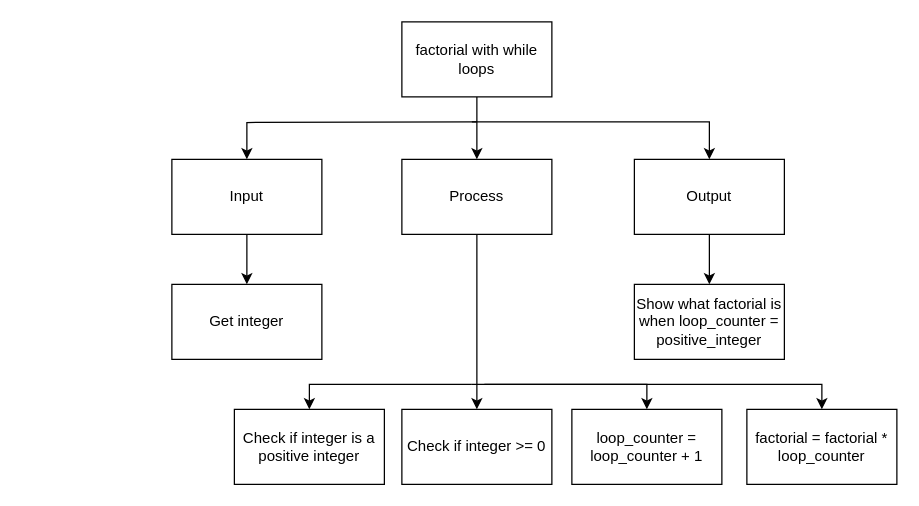
This is design/top_down.drawio from Emmanuel-Fofeyin/ICS3U-Unit4-05-Python, a draw.io file, before an edit. Source tidied: cells renumbered, new cells numbered last; positions are measured from the earlier drawing's top-left corner, leaving out a move shared by most shapes. Both pictures are drawn from the tidied source at 125%, with x=0, y=0 at pixel (171, 21).
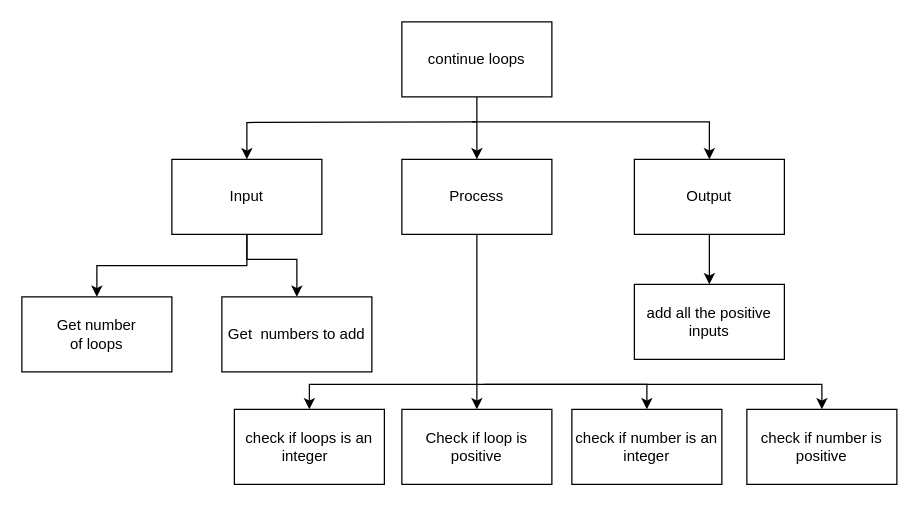
Above is the later version.

Commit message (it also covers changes not shown here):
lets go finally finished

The change refers to these unchanged cells:
```xml
<mxCell id="9" value="Input" style="rounded=0;whiteSpace=wrap;html=1;" parent="1" vertex="1">
  <mxGeometry y="110" width="120" height="60" as="geometry" />
</mxCell>
```

The edit, as a diff of the source:
```diff
@@
-    <mxCell id="3" value="factorial with while loops" style="rounded=0;whiteSpace=wrap;html=1;" parent="1" vertex="1">
+    <mxCell id="3" value="continue loops" style="rounded=0;whiteSpace=wrap;html=1;" parent="1" vertex="1">
       <mxGeometry x="184" width="120" height="60" as="geometry" />
     </mxCell>
@@
+    <mxCell id="21" style="edgeStyle=none;html=1;entryX=0.5;entryY=0;entryDx=0;entryDy=0;rounded=0;" parent="1" edge="1" source="9" target="22">
+      <mxGeometry relative="1" as="geometry">
+        <Array as="points">
+          <mxPoint x="60" y="190" />
+          <mxPoint x="100" y="190" />
+        </Array>
+      </mxGeometry>
+    </mxCell>
@@
-    <mxCell id="12" value="Get integer" style="rounded=0;whiteSpace=wrap;html=1;" parent="1" vertex="1">
-      <mxGeometry y="210" width="120" height="60" as="geometry" />
+    <mxCell id="12" value="Get number &lt;br&gt;of loops" style="rounded=0;whiteSpace=wrap;html=1;" parent="1" vertex="1">
+      <mxGeometry x="-120" y="220" width="120" height="60" as="geometry" />
     </mxCell>
-    <mxCell id="13" value="Check if integer &amp;gt;= 0" style="rounded=0;whiteSpace=wrap;html=1;" parent="1" vertex="1">
+    <mxCell id="13" value="Check if loop is positive" style="rounded=0;whiteSpace=wrap;html=1;" parent="1" vertex="1">
       <mxGeometry x="184" y="310" width="120" height="60" as="geometry" />
     </mxCell>
-    <mxCell id="14" value="Show what factorial is when loop_counter = positive_integer" style="rounded=0;whiteSpace=wrap;html=1;" parent="1" vertex="1">
+    <mxCell id="14" value="add all the positive inputs" style="rounded=0;whiteSpace=wrap;html=1;" parent="1" vertex="1">
       <mxGeometry x="370" y="210" width="120" height="60" as="geometry" />
     </mxCell>
@@
-    <mxCell id="17" value="loop_counter = loop_counter + 1" style="rounded=0;whiteSpace=wrap;html=1;" parent="1" vertex="1">
+    <mxCell id="17" value="check if number is an integer" style="rounded=0;whiteSpace=wrap;html=1;" parent="1" vertex="1">
       <mxGeometry x="320" y="310" width="120" height="60" as="geometry" />
     </mxCell>
@@
-    <mxCell id="19" value="factorial = factorial * loop_counter" style="rounded=0;whiteSpace=wrap;html=1;" parent="1" vertex="1">
+    <mxCell id="19" value="check if number is positive" style="rounded=0;whiteSpace=wrap;html=1;" parent="1" vertex="1">
       <mxGeometry x="460" y="310" width="120" height="60" as="geometry" />
     </mxCell>
-    <mxCell id="20" value="Check if integer is a positive integer" style="rounded=0;whiteSpace=wrap;html=1;" parent="1" vertex="1">
+    <mxCell id="20" value="check if loops is an integer&amp;nbsp;&amp;nbsp;" style="rounded=0;whiteSpace=wrap;html=1;" parent="1" vertex="1">
       <mxGeometry x="50" y="310" width="120" height="60" as="geometry" />
     </mxCell>
+    <mxCell id="22" value="Get&amp;nbsp; numbers to add" style="rounded=0;whiteSpace=wrap;html=1;" parent="1" vertex="1">
+      <mxGeometry x="40" y="220" width="120" height="60" as="geometry" />
+    </mxCell>
```
